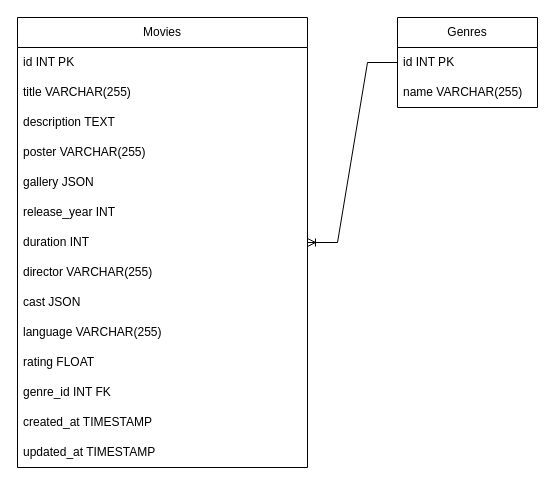
Before: docs/ERM.drawio in shadyjuggler/MovieStreamApp, a draw.io diagram. Source tidied: cells renumbered, new cells numbered last; positions are measured from the earlier drawing's top-left corner, leaving out a move shared by most shapes. Both pictures are drawn from the tidied source at 100%, with x=0, y=0 at pixel (17, 17).
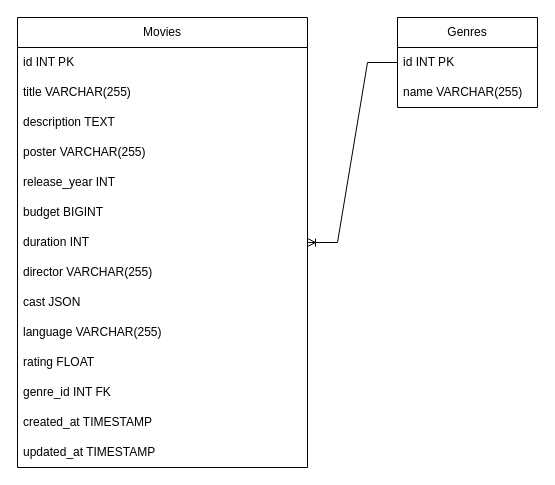
Above is the later version.

The change refers to these unchanged cells:
```xml
<mxCell id="2" value="Movies" style="swimlane;fontStyle=0;horizontal=1;startSize=30;whiteSpace=wrap;html=1;" parent="1" vertex="1">
  <mxGeometry width="290" height="450" as="geometry" />
</mxCell>
```

The edit, as a diff of the source:
```diff
@@
-    <mxCell id="7" value="gallery JSON" style="text;strokeColor=none;fillColor=none;align=left;verticalAlign=middle;spacingLeft=4;spacingRight=4;overflow=hidden;whiteSpace=wrap;html=1;" parent="2" vertex="1">
-      <mxGeometry y="150" width="290" height="30" as="geometry" />
-    </mxCell>
     <mxCell id="8" value="release_year INT" style="text;strokeColor=none;fillColor=none;align=left;verticalAlign=middle;spacingLeft=4;spacingRight=4;overflow=hidden;whiteSpace=wrap;html=1;" parent="2" vertex="1">
-      <mxGeometry y="180" width="290" height="30" as="geometry" />
+      <mxGeometry y="150" width="290" height="30" as="geometry" />
     </mxCell>
+    <mxCell id="21" value="budget BIGINT" style="text;strokeColor=none;fillColor=none;align=left;verticalAlign=middle;spacingLeft=4;spacingRight=4;overflow=hidden;whiteSpace=wrap;html=1;" parent="2" vertex="1">
+      <mxGeometry y="180" width="290" height="30" as="geometry" />
+    </mxCell>
```
